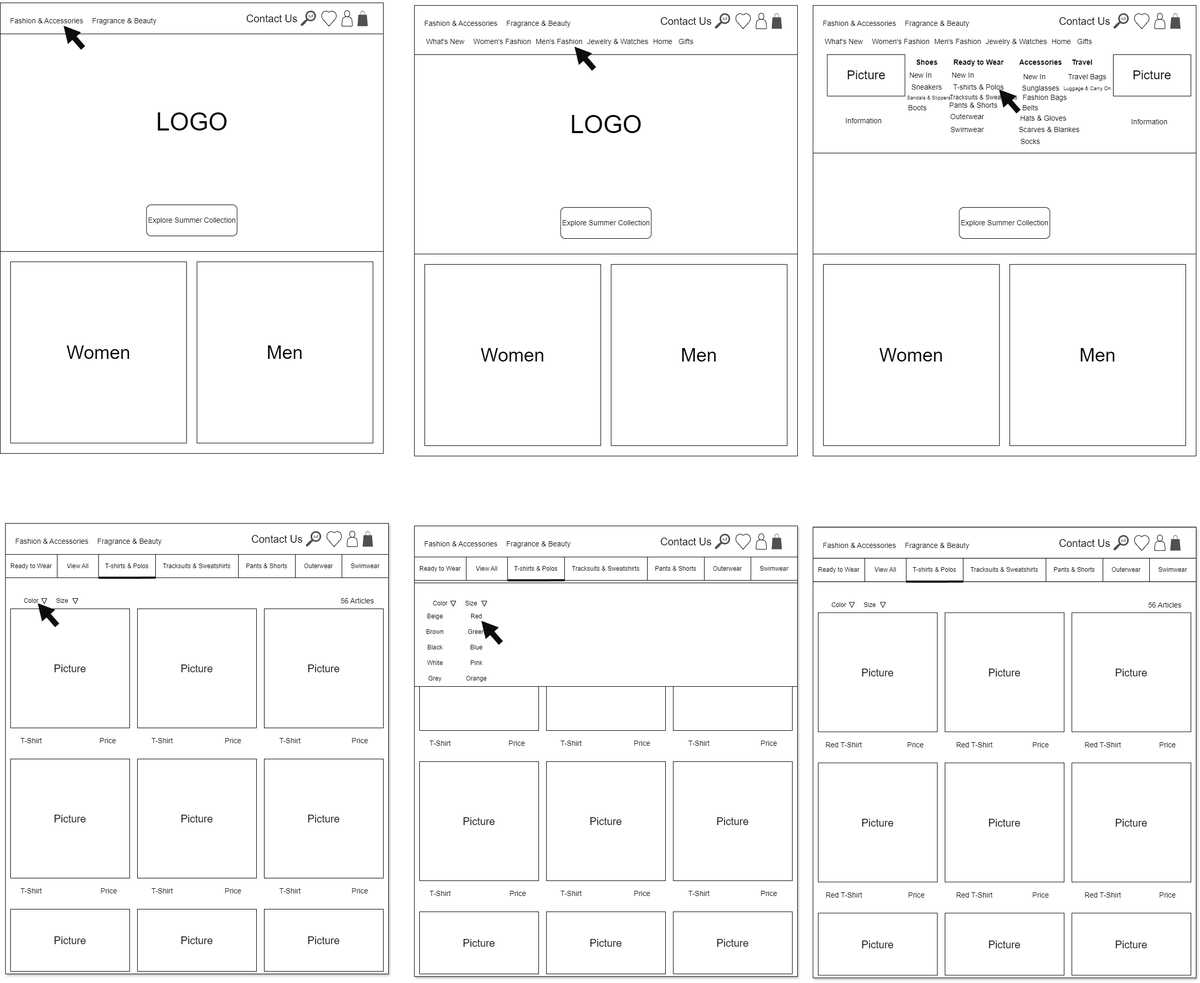
Earlier version of the draw.io export project-one-wireframe.drawio.png (raymondmendozaaa/raymondmendozaaa). Source tidied: cells renumbered, new cells last; positions are measured from the earlier drawing's top-left corner, leaving out a move shared by most shapes.
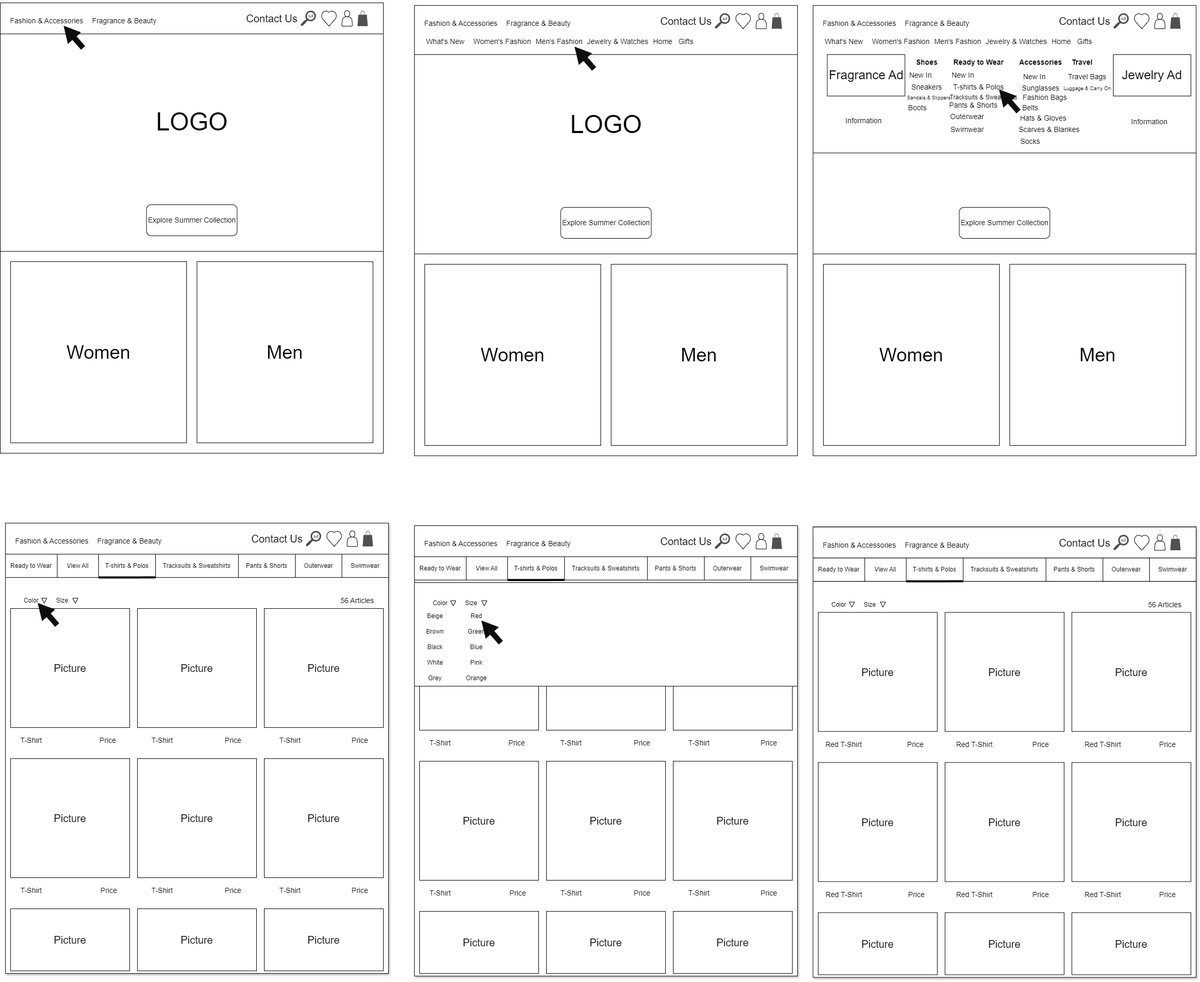
After the change.

Diff of the diagram source:
```diff
@@ -170,10 +170,10 @@
     <mxCell id="56" value="&lt;font style=&quot;font-size: 14px;&quot;&gt;Home&lt;/font&gt;" style="text;html=1;align=center;verticalAlign=middle;whiteSpace=wrap;rounded=0;" parent="1" vertex="1">
       <mxGeometry x="2020" y="65" width="60" height="30" as="geometry" />
     </mxCell>
-    <mxCell id="57" value="&lt;font style=&quot;font-size: 24px;&quot;&gt;Picture&lt;/font&gt;" style="rounded=0;whiteSpace=wrap;html=1;" parent="1" vertex="1">
+    <mxCell id="57" value="&lt;span style=&quot;font-size: 24px;&quot;&gt;Fragrance Ad&lt;/span&gt;" style="rounded=0;whiteSpace=wrap;html=1;" parent="1" vertex="1">
       <mxGeometry x="1597.5" y="105" width="150" height="80" as="geometry" />
     </mxCell>
-    <mxCell id="58" value="&lt;font style=&quot;font-size: 24px;&quot;&gt;Picture&lt;/font&gt;" style="rounded=0;whiteSpace=wrap;html=1;" parent="1" vertex="1">
+    <mxCell id="58" value="&lt;span style=&quot;font-size: 24px;&quot;&gt;Jewelry Ad&lt;/span&gt;" style="rounded=0;whiteSpace=wrap;html=1;" parent="1" vertex="1">
       <mxGeometry x="2150" y="105" width="150" height="80" as="geometry" />
     </mxCell>
     <mxCell id="59" value="&lt;font style=&quot;font-size: 14px;&quot;&gt;&lt;b&gt;Shoes&lt;/b&gt;&lt;/font&gt;" style="text;html=1;align=center;verticalAlign=middle;whiteSpace=wrap;rounded=0;" parent="1" vertex="1">
```
